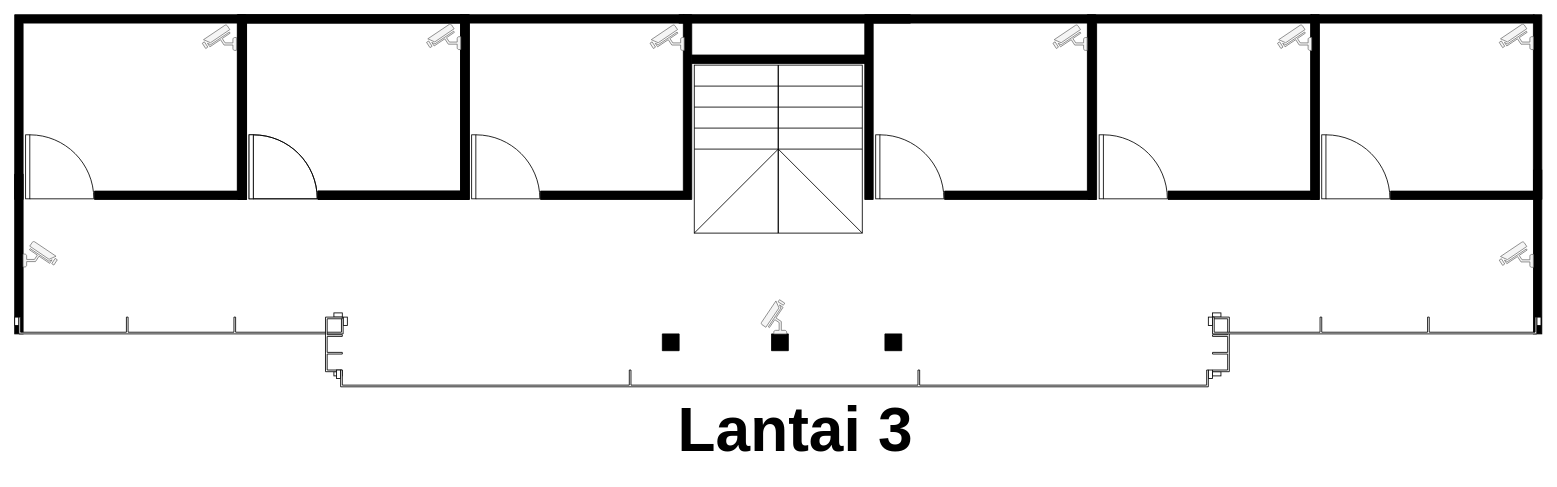
The draw.io diagram page "3nd - floor" (3 of 4) of Diagram Tanpa Judul.drawio in mohammadrifanmushlih17/My-Project-Draw, before the edit. Source tidied: cells renumbered, new cells numbered last; positions are measured from the earlier drawing's top-left corner, leaving out a move shared by most shapes. Both pictures are drawn from the tidied source at 84%, with x=0, y=0 at pixel (14, 14).
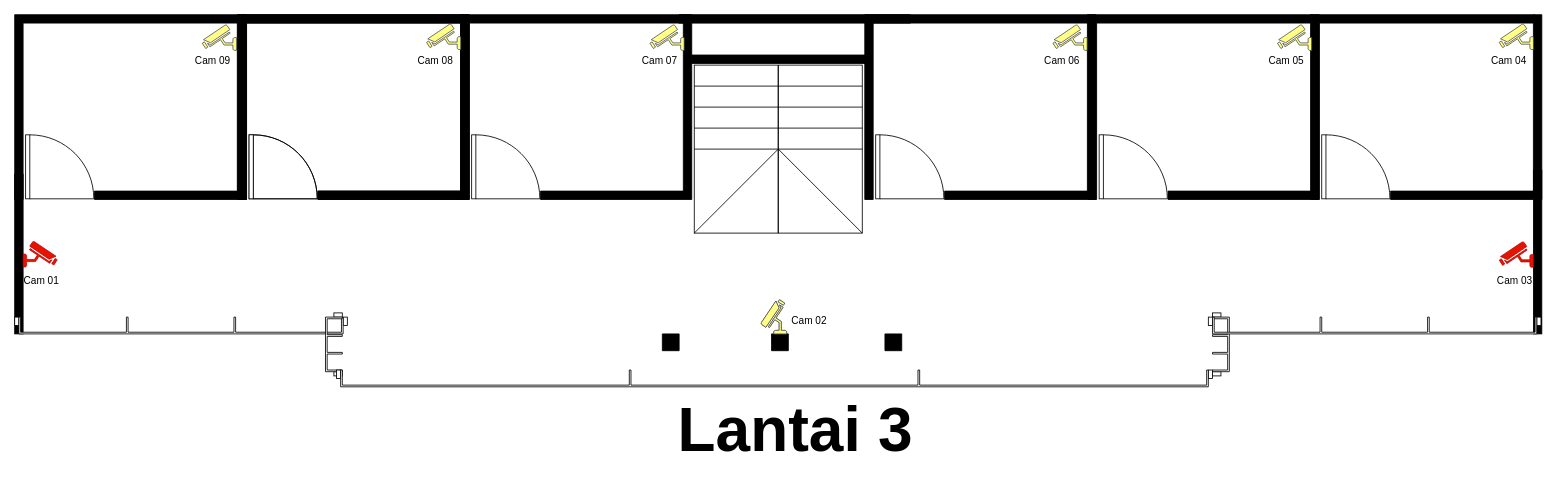
The same page after the edit.

The change refers to these unchanged cells:
```xml
<mxCell id="9" style="group;" parent="1" vertex="1">
  <mxGeometry x="531" width="275" height="220" as="geometry" />
</mxCell>
<mxCell id="16" style="group;" parent="1" vertex="1">
  <mxGeometry x="1278" width="275" height="220" as="geometry" />
</mxCell>
<mxCell id="20" style="group;" parent="1" vertex="1">
  <mxGeometry x="1543" width="275" height="220" as="geometry" />
</mxCell>
<mxCell id="38" style="group;" parent="1" vertex="1">
  <mxGeometry x="266" width="275" height="220" as="geometry" />
</mxCell>
```

What changed in the source:
```diff
@@
+    <mxCell id="51" value="Cam 07" style="text;html=1;align=center;verticalAlign=middle;whiteSpace=wrap;rounded=0;" parent="9" vertex="1">
+      <mxGeometry x="207" y="40" width="60" height="30" as="geometry" />
+    </mxCell>
@@
+    <mxCell id="52" value="Cam 05" style="text;html=1;align=center;verticalAlign=middle;whiteSpace=wrap;rounded=0;" parent="16" vertex="1">
+      <mxGeometry x="206" y="40" width="60" height="30" as="geometry" />
+    </mxCell>
@@
+    <mxCell id="53" value="Cam 04" style="text;html=1;align=center;verticalAlign=middle;whiteSpace=wrap;rounded=0;" parent="20" vertex="1">
+      <mxGeometry x="206" y="40" width="60" height="30" as="geometry" />
+    </mxCell>
@@
-    <mxCell id="37" style="fontColor=#333333;verticalAlign=top;verticalLabelPosition=bottom;labelPosition=center;align=center;html=1;fillColor=#f5f5f5;strokeColor=#666666;gradientDirection=north;strokeWidth=2;shape=mxgraph.networks.security_camera;direction=east;flipH=1;" parent="1" vertex="1">
+    <mxCell id="37" style="verticalAlign=top;verticalLabelPosition=bottom;labelPosition=center;align=center;html=1;fillColor=#ffff88;strokeColor=#36393d;gradientDirection=north;strokeWidth=2;shape=mxgraph.networks.security_camera;direction=east;flipH=1;" parent="1" vertex="1">
       <mxGeometry x="223.3" y="12" width="40.7" height="30.5" as="geometry" />
     </mxCell>
@@
-    <mxCell id="42" style="fontColor=#333333;verticalAlign=top;verticalLabelPosition=bottom;labelPosition=center;align=center;html=1;fillColor=#f5f5f5;strokeColor=#666666;gradientDirection=north;strokeWidth=2;shape=mxgraph.networks.security_camera;direction=east;flipH=1;" parent="38" vertex="1">
+    <mxCell id="42" style="verticalAlign=top;verticalLabelPosition=bottom;labelPosition=center;align=center;html=1;fillColor=#ffff88;strokeColor=#36393d;gradientDirection=north;strokeWidth=2;shape=mxgraph.networks.security_camera;direction=east;flipH=1;" parent="38" vertex="1">
       <mxGeometry x="224.3" y="11" width="40.7" height="30.5" as="geometry" />
     </mxCell>
+    <mxCell id="54" value="Cam 08" style="text;html=1;align=center;verticalAlign=middle;whiteSpace=wrap;rounded=0;" parent="38" vertex="1">
+      <mxGeometry x="205" y="39.5" width="60" height="30" as="geometry" />
+    </mxCell>
-    <mxCell id="43" style="fontColor=#333333;verticalAlign=top;verticalLabelPosition=bottom;labelPosition=center;align=center;html=1;fillColor=#f5f5f5;strokeColor=#666666;gradientDirection=north;strokeWidth=2;shape=mxgraph.networks.security_camera;direction=east;flipH=1;" parent="1" vertex="1">
+    <mxCell id="43" style="verticalAlign=top;verticalLabelPosition=bottom;labelPosition=center;align=center;html=1;fillColor=#ffff88;strokeColor=#36393d;gradientDirection=north;strokeWidth=2;shape=mxgraph.networks.security_camera;direction=east;flipH=1;" parent="1" vertex="1">
       <mxGeometry x="756.3" y="12" width="40.7" height="30.5" as="geometry" />
     </mxCell>
-    <mxCell id="44" style="fontColor=#333333;verticalAlign=top;verticalLabelPosition=bottom;labelPosition=center;align=center;html=1;fillColor=#f5f5f5;strokeColor=#666666;gradientDirection=north;strokeWidth=2;shape=mxgraph.networks.security_camera;direction=east;flipH=1;" parent="1" vertex="1">
+    <mxCell id="44" style="verticalAlign=top;verticalLabelPosition=bottom;labelPosition=center;align=center;html=1;fillColor=#ffff88;strokeColor=#36393d;gradientDirection=north;strokeWidth=2;shape=mxgraph.networks.security_camera;direction=east;flipH=1;" parent="1" vertex="1">
       <mxGeometry x="1236" y="12" width="40.7" height="30.5" as="geometry" />
     </mxCell>
-    <mxCell id="45" style="fontColor=#333333;verticalAlign=top;verticalLabelPosition=bottom;labelPosition=center;align=center;html=1;fillColor=#f5f5f5;strokeColor=#666666;gradientDirection=north;strokeWidth=2;shape=mxgraph.networks.security_camera;direction=east;flipH=1;" parent="1" vertex="1">
+    <mxCell id="45" style="verticalAlign=top;verticalLabelPosition=bottom;labelPosition=center;align=center;html=1;fillColor=#ffff88;strokeColor=#36393d;gradientDirection=north;strokeWidth=2;shape=mxgraph.networks.security_camera;direction=east;flipH=1;" parent="1" vertex="1">
       <mxGeometry x="1503.3" y="12" width="40.7" height="30.5" as="geometry" />
     </mxCell>
-    <mxCell id="46" style="fontColor=#333333;verticalAlign=top;verticalLabelPosition=bottom;labelPosition=center;align=center;html=1;fillColor=#f5f5f5;strokeColor=#666666;gradientDirection=north;strokeWidth=2;shape=mxgraph.networks.security_camera;direction=east;flipH=1;" parent="1" vertex="1">
+    <mxCell id="46" style="verticalAlign=top;verticalLabelPosition=bottom;labelPosition=center;align=center;html=1;fillColor=#ffff88;strokeColor=#36393d;gradientDirection=north;strokeWidth=2;shape=mxgraph.networks.security_camera;direction=east;flipH=1;" parent="1" vertex="1">
       <mxGeometry x="1767.3" y="11" width="40.7" height="30.5" as="geometry" />
     </mxCell>
-    <mxCell id="47" style="fontColor=#333333;verticalAlign=top;verticalLabelPosition=bottom;labelPosition=center;align=center;html=1;fillColor=#f5f5f5;strokeColor=#666666;gradientDirection=north;strokeWidth=2;shape=mxgraph.networks.security_camera;direction=east;flipH=0;" parent="1" vertex="1">
+    <mxCell id="47" style="fontColor=#ffffff;verticalAlign=top;verticalLabelPosition=bottom;labelPosition=center;align=center;html=1;fillColor=#e51400;strokeColor=#B20000;gradientDirection=north;strokeWidth=2;shape=mxgraph.networks.security_camera;direction=east;flipH=0;" parent="1" vertex="1">
       <mxGeometry x="10" y="269.8" width="40.7" height="30.5" as="geometry" />
     </mxCell>
-    <mxCell id="48" style="fontColor=#333333;verticalAlign=top;verticalLabelPosition=bottom;labelPosition=center;align=center;html=1;fillColor=#f5f5f5;strokeColor=#666666;gradientDirection=north;strokeWidth=2;shape=mxgraph.networks.security_camera;direction=east;flipH=1;" parent="1" vertex="1">
+    <mxCell id="48" style="fontColor=#ffffff;verticalAlign=top;verticalLabelPosition=bottom;labelPosition=center;align=center;html=1;fillColor=#e51400;strokeColor=#B20000;gradientDirection=north;strokeWidth=2;shape=mxgraph.networks.security_camera;direction=east;flipH=1;" parent="1" vertex="1">
       <mxGeometry x="1767.3" y="270.2" width="40.7" height="30.5" as="geometry" />
     </mxCell>
@@
+    <mxCell id="55" style="verticalAlign=top;verticalLabelPosition=bottom;labelPosition=center;align=center;html=1;fillColor=#ffff88;strokeColor=#36393d;gradientDirection=north;strokeWidth=2;shape=mxgraph.networks.security_camera;direction=south;flipH=1;flipV=1;" parent="1" vertex="1">
+      <mxGeometry x="888.5" y="339.3" width="30.5" height="40.7" as="geometry" />
+    </mxCell>
+    <mxCell id="56" value="Cam 09" style="text;html=1;align=center;verticalAlign=middle;whiteSpace=wrap;rounded=0;" parent="1" vertex="1">
+      <mxGeometry x="206" y="39.5" width="60" height="30" as="geometry" />
+    </mxCell>
+    <mxCell id="57" value="Cam 01" style="text;html=1;align=center;verticalAlign=middle;whiteSpace=wrap;rounded=0;" parent="1" vertex="1">
+      <mxGeometry x="2" y="302" width="60" height="30" as="geometry" />
+    </mxCell>
+    <mxCell id="58" value="Cam 03" style="text;html=1;align=center;verticalAlign=middle;whiteSpace=wrap;rounded=0;" parent="1" vertex="1">
+      <mxGeometry x="1756" y="302" width="60" height="30" as="geometry" />
+    </mxCell>
+    <mxCell id="59" value="Cam 06" style="text;html=1;align=center;verticalAlign=middle;whiteSpace=wrap;rounded=0;" parent="1" vertex="1">
+      <mxGeometry x="1216.7" y="39.5" width="60" height="30" as="geometry" />
+    </mxCell>
+    <mxCell id="60" value="Cam 02" style="text;html=1;align=center;verticalAlign=middle;whiteSpace=wrap;rounded=0;" parent="1" vertex="1">
+      <mxGeometry x="916" y="350" width="60" height="30" as="geometry" />
+    </mxCell>
```
